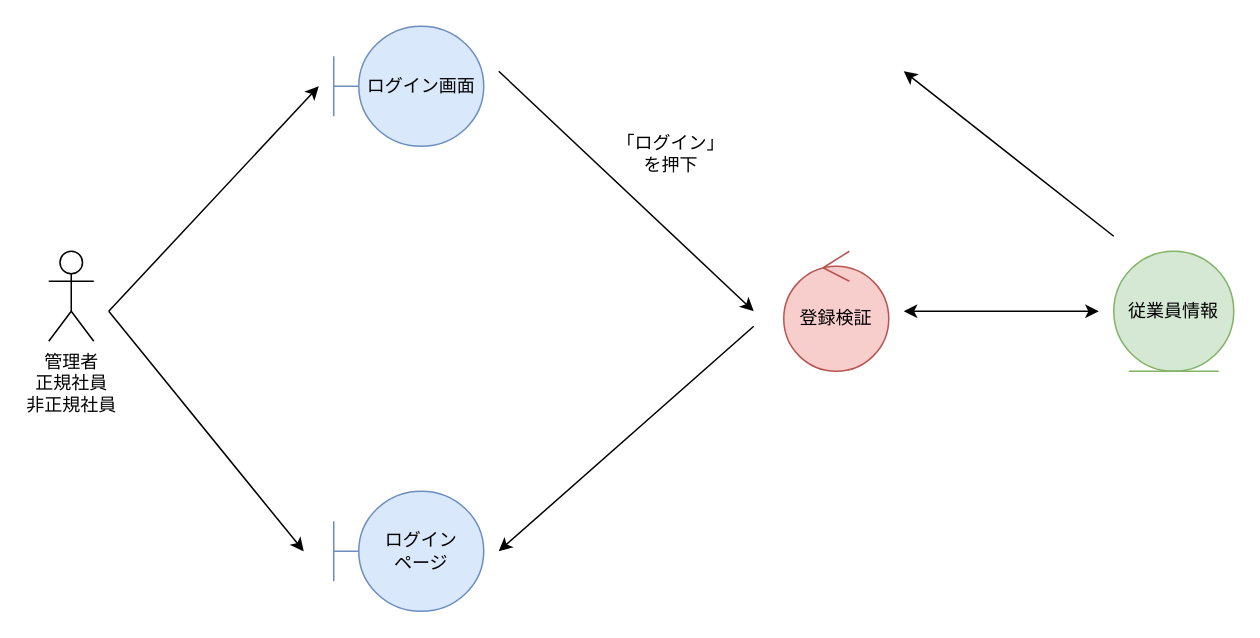
Above: 各種設計書/3ロバストネス図/ログイン/ログイン.drawio in HaruShim/Sotuken (draw.io), before the change. Source tidied: cells renumbered, new cells numbered last; positions are measured from the earlier drawing's top-left corner, leaving out a move shared by most shapes. Both pictures are drawn from the tidied source at 150%, with x=0, y=0 at pixel (48, 26).
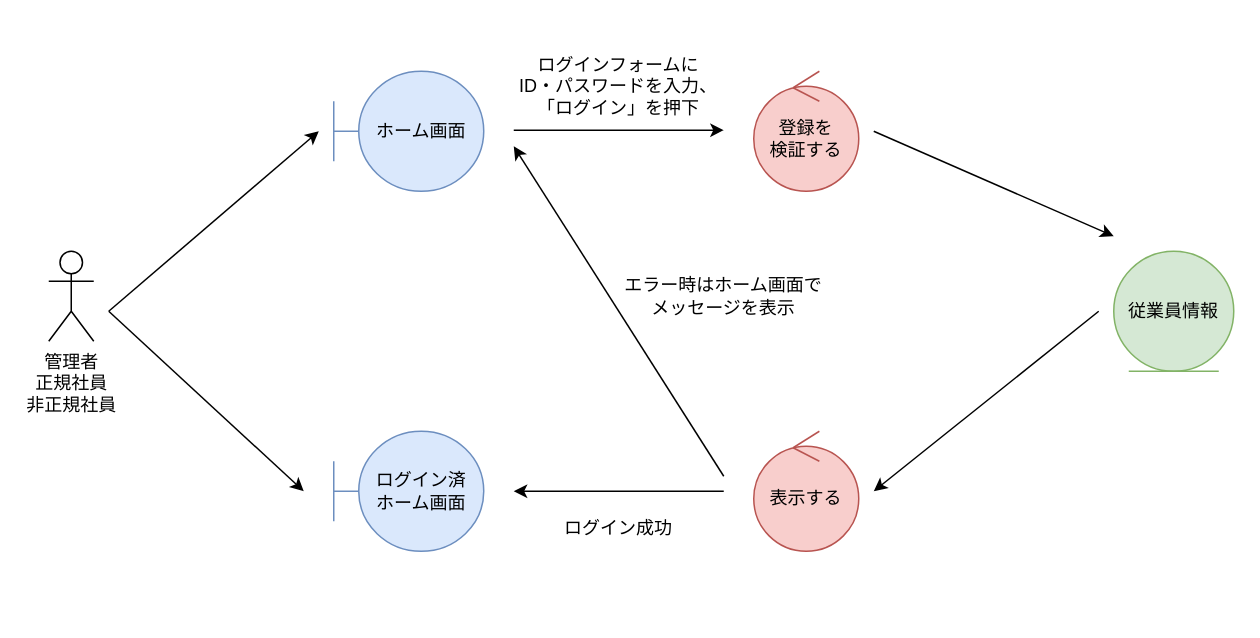
The same page after the edit.

What changed in the source:
```diff
@@
-    <mxCell id="2" value="ログイン画面" style="shape=umlBoundary;whiteSpace=wrap;html=1;fillColor=#dae8fc;strokeColor=#6c8ebf;" parent="1" vertex="1">
-      <mxGeometry x="190" width="100" height="80" as="geometry" />
-    </mxCell>
-    <mxCell id="3" value="「ログイン」&lt;br&gt;を押下" style="text;html=1;strokeColor=none;fillColor=none;align=center;verticalAlign=middle;whiteSpace=wrap;rounded=0;" parent="1" vertex="1">
-      <mxGeometry x="370" y="70" width="90" height="30" as="geometry" />
-    </mxCell>
-    <mxCell id="4" style="endArrow=classic;html=1;rounded=0;" parent="1" edge="1">
-      <mxGeometry relative="1" as="geometry">
-        <mxPoint x="40" y="190" as="sourcePoint" />
-        <mxPoint x="180" y="40" as="targetPoint" />
-      </mxGeometry>
-    </mxCell>
@@
-    <mxCell id="6" value="登録検証" style="ellipse;shape=umlControl;whiteSpace=wrap;html=1;fillColor=#f8cecc;strokeColor=#b85450;" parent="1" vertex="1">
-      <mxGeometry x="490" y="150" width="70" height="80" as="geometry" />
+    <mxCell id="6" value="登録を&lt;br&gt;検証する" style="ellipse;shape=umlControl;whiteSpace=wrap;html=1;fillColor=#f8cecc;strokeColor=#b85450;" parent="1" vertex="1">
+      <mxGeometry x="470" y="30" width="70" height="80" as="geometry" />
     </mxCell>
-    <mxCell id="7" style="endArrow=classic;html=1;rounded=0;" parent="1" edge="1">
-      <mxGeometry relative="1" as="geometry">
-        <mxPoint x="300" y="30" as="sourcePoint" />
-        <mxPoint x="470" y="190" as="targetPoint" />
-      </mxGeometry>
-    </mxCell>
@@
-    <mxCell id="9" style="endArrow=classic;startArrow=classic;html=1;rounded=0;" parent="1" edge="1">
-      <mxGeometry relative="1" as="geometry">
-        <mxPoint x="570" y="190" as="sourcePoint" />
-        <mxPoint x="700" y="190" as="targetPoint" />
-      </mxGeometry>
-    </mxCell>
-    <mxCell id="10" style="endArrow=classic;html=1;rounded=0;" parent="1" edge="1">
+    <mxCell id="10" style="endArrow=none;html=1;rounded=0;endFill=0;startArrow=classic;startFill=1;" parent="1" edge="1">
       <mxGeometry relative="1" as="geometry">
         <mxPoint x="710" y="140" as="sourcePoint" />
-        <mxPoint x="570" y="30" as="targetPoint" />
+        <mxPoint x="550" y="70" as="targetPoint" />
       </mxGeometry>
     </mxCell>
-    <mxCell id="11" value="ログイン&lt;br&gt;ページ" style="shape=umlBoundary;whiteSpace=wrap;html=1;fillColor=#dae8fc;strokeColor=#6c8ebf;" parent="1" vertex="1">
-      <mxGeometry x="190" y="310" width="100" height="80" as="geometry" />
-    </mxCell>
     <mxCell id="12" style="endArrow=classic;html=1;rounded=0;" parent="1" edge="1">
       <mxGeometry relative="1" as="geometry">
         <mxPoint x="40" y="190" as="sourcePoint" />
-        <mxPoint x="170" y="350" as="targetPoint" />
+        <mxPoint x="170" y="310" as="targetPoint" />
       </mxGeometry>
     </mxCell>
-    <mxCell id="13" style="endArrow=classic;html=1;rounded=0;" parent="1" edge="1">
-      <mxGeometry relative="1" as="geometry">
-        <mxPoint x="470" y="200" as="sourcePoint" />
-        <mxPoint x="300" y="350" as="targetPoint" />
-      </mxGeometry>
-    </mxCell>
+    <mxCell id="14" value="表示する" style="ellipse;shape=umlControl;whiteSpace=wrap;html=1;fillColor=#f8cecc;strokeColor=#b85450;" parent="1" vertex="1">
+      <mxGeometry x="470" y="270" width="70" height="80" as="geometry" />
+    </mxCell>
+    <mxCell id="15" value="ホーム画面" style="shape=umlBoundary;whiteSpace=wrap;html=1;fillColor=#dae8fc;strokeColor=#6c8ebf;" parent="1" vertex="1">
+      <mxGeometry x="190" y="30" width="100" height="80" as="geometry" />
+    </mxCell>
+    <mxCell id="16" style="endArrow=classic;html=1;rounded=0;" parent="1" edge="1">
+      <mxGeometry relative="1" as="geometry">
+        <mxPoint x="40" y="190" as="sourcePoint" />
+        <mxPoint x="180" y="70" as="targetPoint" />
+      </mxGeometry>
+    </mxCell>
+    <mxCell id="17" style="endArrow=classic;html=1;rounded=0;" parent="1" edge="1">
+      <mxGeometry relative="1" as="geometry">
+        <mxPoint x="310" y="69.3" as="sourcePoint" />
+        <mxPoint x="450" y="69.3" as="targetPoint" />
+      </mxGeometry>
+    </mxCell>
+    <mxCell id="18" value="ログイン済&lt;br&gt;ホーム画面" style="shape=umlBoundary;whiteSpace=wrap;html=1;fillColor=#dae8fc;strokeColor=#6c8ebf;" parent="1" vertex="1">
+      <mxGeometry x="190" y="270" width="100" height="80" as="geometry" />
+    </mxCell>
+    <mxCell id="19" style="endArrow=none;html=1;rounded=0;endFill=0;startArrow=classic;startFill=1;" parent="1" edge="1">
+      <mxGeometry relative="1" as="geometry">
+        <mxPoint x="550" y="310" as="sourcePoint" />
+        <mxPoint x="700" y="190" as="targetPoint" />
+      </mxGeometry>
+    </mxCell>
+    <mxCell id="20" style="endArrow=none;html=1;rounded=0;endFill=0;startArrow=classic;startFill=1;" parent="1" edge="1">
+      <mxGeometry relative="1" as="geometry">
+        <mxPoint x="310" y="310" as="sourcePoint" />
+        <mxPoint x="450" y="310" as="targetPoint" />
+      </mxGeometry>
+    </mxCell>
+    <mxCell id="21" style="endArrow=none;html=1;rounded=0;endFill=0;startArrow=classic;startFill=1;" parent="1" edge="1">
+      <mxGeometry relative="1" as="geometry">
+        <mxPoint x="310" y="80" as="sourcePoint" />
+        <mxPoint x="450" y="300" as="targetPoint" />
+      </mxGeometry>
+    </mxCell>
+    <mxCell id="22" value="ログインフォームに&lt;br&gt;ID・パスワードを入力、&lt;br&gt;「ログイン」を押下" style="text;html=1;strokeColor=none;fillColor=none;align=center;verticalAlign=middle;whiteSpace=wrap;rounded=0;" parent="1" vertex="1">
+      <mxGeometry x="310" y="10" width="140" height="60" as="geometry" />
+    </mxCell>
+    <mxCell id="23" value="ログイン成功" style="text;html=1;strokeColor=none;fillColor=none;align=center;verticalAlign=middle;whiteSpace=wrap;rounded=0;" parent="1" vertex="1">
+      <mxGeometry x="310" y="320" width="140" height="30" as="geometry" />
+    </mxCell>
+    <mxCell id="24" value="エラー時はホーム画面で&lt;br&gt;メッセージを表示" style="text;html=1;strokeColor=none;fillColor=none;align=center;verticalAlign=middle;whiteSpace=wrap;rounded=0;" parent="1" vertex="1">
+      <mxGeometry x="380" y="158.8" width="140" height="42.5" as="geometry" />
+    </mxCell>
```
